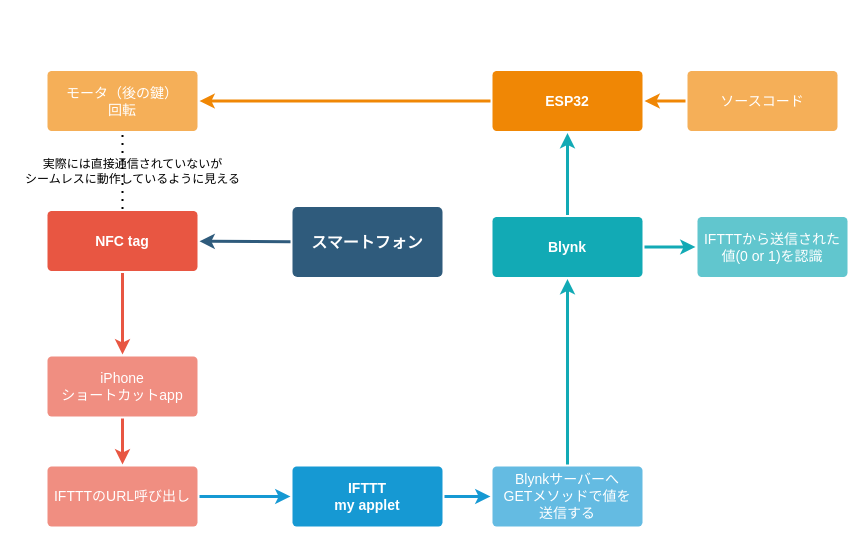
Above: Untitled Diagram.drawio in Koki-Kazaore/Take-It-Easy (draw.io), before the change. Source tidied: cells renumbered, new cells numbered last; positions are measured from the earlier drawing's top-left corner, leaving out a move shared by most shapes. Both pictures are drawn from the tidied source at 100%, with x=0, y=0 at pixel (17, 70).
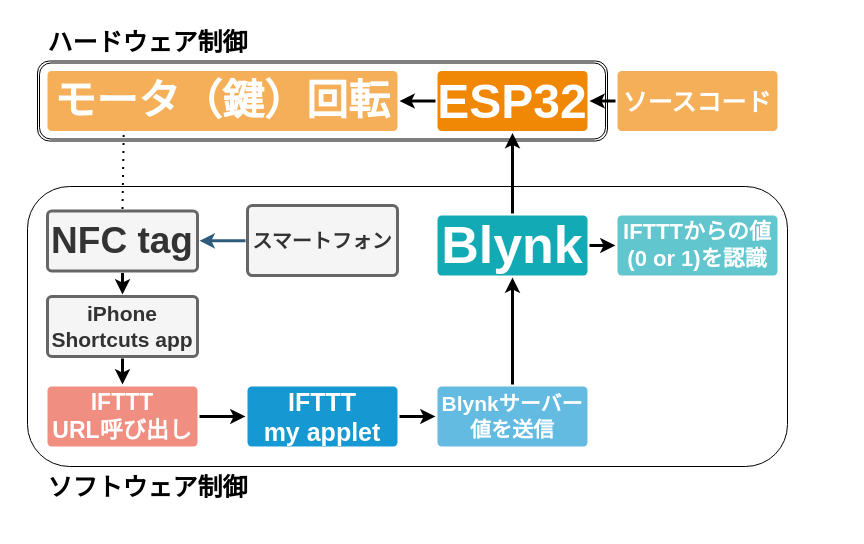
The same page after the edit.

The edit, as a diff of the source:
```diff
@@
+    <mxCell id="25" style="shape=ext;double=1;rounded=1;whiteSpace=wrap;html=1;fontSize=17;" parent="1" vertex="1">
+      <mxGeometry x="20" y="-9.5" width="570" height="80" as="geometry" />
+    </mxCell>
+    <mxCell id="26" style="rounded=1;whiteSpace=wrap;html=1;fontSize=17;" parent="1" vertex="1">
+      <mxGeometry x="10" y="116" width="760" height="280" as="geometry" />
+    </mxCell>
@@
-    <mxCell id="3" value="スマートフォン" style="rounded=1;whiteSpace=wrap;html=1;shadow=0;labelBackgroundColor=none;strokeColor=none;strokeWidth=3;fillColor=#2F5B7C;fontFamily=Helvetica;fontSize=16;fontColor=#FFFFFF;align=center;fontStyle=1;spacing=5;arcSize=7;perimeterSpacing=2;" parent="1" vertex="1">
-      <mxGeometry x="275" y="136.5" width="150" height="70" as="geometry" />
+    <mxCell id="3" value="&lt;font style=&quot;font-size: 20px;&quot;&gt;&lt;b&gt;スマートフォン&lt;/b&gt;&lt;/font&gt;" style="rounded=1;whiteSpace=wrap;html=1;shadow=0;labelBackgroundColor=none;strokeWidth=3;fontFamily=Helvetica;fontSize=16;align=center;fontStyle=1;spacing=5;arcSize=7;perimeterSpacing=2;fillColor=#f5f5f5;fontColor=#333333;strokeColor=#666666;" parent="1" vertex="1">
+      <mxGeometry x="230" y="135" width="150" height="70" as="geometry" />
     </mxCell>
-    <mxCell id="4" style="edgeStyle=none;rounded=1;jumpStyle=none;html=1;shadow=0;labelBackgroundColor=none;startArrow=none;startFill=0;jettySize=auto;strokeColor=#E85642;strokeWidth=3;fontFamily=Helvetica;fontSize=14;fontColor=#FFFFFF;spacing=5;fontStyle=1;fillColor=#b0e3e6;" parent="1" edge="1" source="6" target="8">
+    <mxCell id="4" style="edgeStyle=none;rounded=1;jumpStyle=none;html=1;shadow=0;labelBackgroundColor=none;startArrow=none;startFill=0;jettySize=auto;strokeWidth=3;fontFamily=Helvetica;fontSize=14;fontColor=#FFFFFF;spacing=5;fontStyle=1;" parent="1" edge="1" source="6" target="8">
       <mxGeometry relative="1" as="geometry" />
     </mxCell>
-    <mxCell id="5" style="edgeStyle=none;rounded=1;jumpStyle=none;html=1;shadow=0;labelBackgroundColor=none;startArrow=none;startFill=0;jettySize=auto;strokeColor=#E85642;strokeWidth=3;fontFamily=Helvetica;fontSize=14;fontColor=#FFFFFF;spacing=5;fontStyle=1;fillColor=#b0e3e6;exitX=0.5;exitY=1;exitDx=0;exitDy=0;" parent="1" edge="1" source="8" target="7">
+    <mxCell id="5" style="edgeStyle=none;rounded=1;jumpStyle=none;html=1;shadow=0;labelBackgroundColor=none;startArrow=none;startFill=0;jettySize=auto;strokeWidth=3;fontFamily=Helvetica;fontSize=14;fontColor=#FFFFFF;spacing=5;fontStyle=1;exitX=0.5;exitY=1;exitDx=0;exitDy=0;" parent="1" edge="1" source="8" target="7">
       <mxGeometry relative="1" as="geometry" />
     </mxCell>
-    <mxCell id="6" value="NFC tag" style="rounded=1;whiteSpace=wrap;html=1;shadow=0;labelBackgroundColor=none;strokeColor=none;strokeWidth=3;fillColor=#e85642;fontFamily=Helvetica;fontSize=14;fontColor=#FFFFFF;align=center;spacing=5;fontStyle=1;arcSize=7;perimeterSpacing=2;" parent="1" vertex="1">
+    <mxCell id="6" value="&lt;font style=&quot;font-size: 37px;&quot;&gt;NFC tag&lt;/font&gt;" style="rounded=1;whiteSpace=wrap;html=1;shadow=0;labelBackgroundColor=none;strokeWidth=3;fontFamily=Helvetica;fontSize=14;align=center;spacing=5;fontStyle=1;arcSize=7;perimeterSpacing=2;fillColor=#f5f5f5;fontColor=#333333;strokeColor=#666666;" parent="1" vertex="1">
       <mxGeometry x="30" y="140.5" width="150" height="60" as="geometry" />
     </mxCell>
-    <mxCell id="7" value="IFTTTのURL呼び出し" style="rounded=1;whiteSpace=wrap;html=1;shadow=0;labelBackgroundColor=none;strokeColor=none;strokeWidth=3;fillColor=#f08e81;fontFamily=Helvetica;fontSize=14;fontColor=#FFFFFF;align=center;spacing=5;fontStyle=0;arcSize=7;perimeterSpacing=2;" parent="1" vertex="1">
-      <mxGeometry x="30" y="396" width="150" height="60" as="geometry" />
+    <mxCell id="7" value="&lt;div style=&quot;font-size: 23px;&quot;&gt;&lt;font style=&quot;font-size: 23px;&quot;&gt;&lt;b&gt;IFTTT&lt;/b&gt;&lt;/font&gt;&lt;/div&gt;&lt;div style=&quot;font-size: 23px;&quot;&gt;&lt;font style=&quot;font-size: 23px;&quot;&gt;&lt;b&gt;URL呼び出し&lt;/b&gt;&lt;/font&gt;&lt;/div&gt;" style="rounded=1;whiteSpace=wrap;html=1;shadow=0;labelBackgroundColor=none;strokeColor=none;strokeWidth=3;fillColor=#f08e81;fontFamily=Helvetica;fontSize=14;fontColor=#FFFFFF;align=center;spacing=5;fontStyle=0;arcSize=7;perimeterSpacing=2;" parent="1" vertex="1">
+      <mxGeometry x="30" y="316" width="150" height="60" as="geometry" />
     </mxCell>
-    <mxCell id="8" value="iPhone &lt;br&gt;ショートカットapp" style="rounded=1;whiteSpace=wrap;html=1;shadow=0;labelBackgroundColor=none;strokeColor=none;strokeWidth=3;fillColor=#f08e81;fontFamily=Helvetica;fontSize=14;fontColor=#FFFFFF;align=center;spacing=5;fontStyle=0;arcSize=7;perimeterSpacing=2;" parent="1" vertex="1">
-      <mxGeometry x="30" y="286" width="150" height="60" as="geometry" />
+    <mxCell id="8" value="&lt;div style=&quot;font-size: 21px;&quot;&gt;&lt;font style=&quot;font-size: 21px;&quot;&gt;&lt;b&gt;&lt;font style=&quot;font-size: 21px;&quot;&gt;iPhone &lt;br&gt;&lt;/font&gt;&lt;/b&gt;&lt;/font&gt;&lt;/div&gt;&lt;div style=&quot;font-size: 21px;&quot;&gt;&lt;font style=&quot;font-size: 21px;&quot;&gt;&lt;b&gt;&lt;font style=&quot;font-size: 21px;&quot;&gt;Shortcuts app&lt;/font&gt;&lt;/b&gt;&lt;/font&gt;&lt;/div&gt;" style="rounded=1;whiteSpace=wrap;html=1;shadow=0;labelBackgroundColor=none;strokeWidth=3;fontFamily=Helvetica;fontSize=14;align=center;spacing=5;fontStyle=0;arcSize=7;perimeterSpacing=2;fillColor=#f5f5f5;fontColor=#333333;strokeColor=#666666;" parent="1" vertex="1">
+      <mxGeometry x="30" y="226" width="150" height="60" as="geometry" />
     </mxCell>
-    <mxCell id="9" style="edgeStyle=none;rounded=0;jumpStyle=none;html=1;shadow=0;labelBackgroundColor=none;startArrow=none;startFill=0;endArrow=classic;endFill=1;jettySize=auto;strokeColor=#1699D3;strokeWidth=3;fontFamily=Helvetica;fontSize=14;fontColor=#FFFFFF;spacing=5;exitX=1;exitY=0.5;exitDx=0;exitDy=0;" parent="1" edge="1" source="7" target="11">
+    <mxCell id="9" style="edgeStyle=none;rounded=0;jumpStyle=none;html=1;shadow=0;labelBackgroundColor=none;startArrow=none;startFill=0;endArrow=classic;endFill=1;jettySize=auto;strokeWidth=3;fontFamily=Helvetica;fontSize=14;fontColor=#FFFFFF;spacing=5;exitX=1;exitY=0.5;exitDx=0;exitDy=0;" parent="1" edge="1" source="7" target="11">
       <mxGeometry relative="1" as="geometry" />
     </mxCell>
-    <mxCell id="10" style="edgeStyle=none;rounded=0;jumpStyle=none;html=1;shadow=0;labelBackgroundColor=none;startArrow=none;startFill=0;endArrow=classic;endFill=1;jettySize=auto;strokeColor=#1699D3;strokeWidth=3;fontFamily=Helvetica;fontSize=14;fontColor=#FFFFFF;spacing=5;" parent="1" edge="1" source="11" target="12">
+    <mxCell id="10" style="edgeStyle=none;rounded=0;jumpStyle=none;html=1;shadow=0;labelBackgroundColor=none;startArrow=none;startFill=0;endArrow=classic;endFill=1;jettySize=auto;strokeWidth=3;fontFamily=Helvetica;fontSize=14;fontColor=#FFFFFF;spacing=5;" parent="1" edge="1" source="11" target="12">
       <mxGeometry relative="1" as="geometry" />
     </mxCell>
-    <mxCell id="11" value="IFTTT&lt;br&gt;my applet" style="rounded=1;whiteSpace=wrap;html=1;shadow=0;labelBackgroundColor=none;strokeColor=none;strokeWidth=3;fillColor=#1699d3;fontFamily=Helvetica;fontSize=14;fontColor=#FFFFFF;align=center;spacing=5;fontStyle=1;arcSize=7;perimeterSpacing=2;" parent="1" vertex="1">
-      <mxGeometry x="275" y="396" width="150" height="60" as="geometry" />
+    <mxCell id="11" value="&lt;font style=&quot;font-size: 25px;&quot;&gt;IFTTT&lt;br&gt;my applet&lt;/font&gt;" style="rounded=1;whiteSpace=wrap;html=1;shadow=0;labelBackgroundColor=none;strokeColor=none;strokeWidth=3;fillColor=#1699d3;fontFamily=Helvetica;fontSize=14;fontColor=#FFFFFF;align=center;spacing=5;fontStyle=1;arcSize=7;perimeterSpacing=2;" parent="1" vertex="1">
+      <mxGeometry x="230" y="316" width="150" height="60" as="geometry" />
     </mxCell>
-    <mxCell id="12" value="Blynkサーバーへ&lt;br&gt;GETメソッドで値を&lt;br&gt;送信する" style="rounded=1;whiteSpace=wrap;html=1;shadow=0;labelBackgroundColor=none;strokeColor=none;strokeWidth=3;fillColor=#64bbe2;fontFamily=Helvetica;fontSize=14;fontColor=#FFFFFF;align=center;spacing=5;arcSize=7;perimeterSpacing=2;" parent="1" vertex="1">
-      <mxGeometry x="475" y="396" width="150" height="60" as="geometry" />
+    <mxCell id="12" value="&lt;b style=&quot;font-size: 21px;&quot;&gt;Blynkサーバー&lt;br&gt;値を送信&lt;/b&gt;" style="rounded=1;whiteSpace=wrap;html=1;shadow=0;labelBackgroundColor=none;strokeColor=none;strokeWidth=3;fillColor=#64bbe2;fontFamily=Helvetica;fontSize=14;fontColor=#FFFFFF;align=center;spacing=5;arcSize=7;perimeterSpacing=2;" parent="1" vertex="1">
+      <mxGeometry x="420" y="316" width="150" height="60" as="geometry" />
     </mxCell>
-    <mxCell id="13" value="ESP32" style="rounded=1;whiteSpace=wrap;html=1;shadow=0;labelBackgroundColor=none;strokeColor=none;strokeWidth=3;fillColor=#F08705;fontFamily=Helvetica;fontSize=14;fontColor=#FFFFFF;align=center;spacing=5;fontStyle=1;arcSize=7;perimeterSpacing=2;" parent="1" vertex="1">
-      <mxGeometry x="475" y="0.5" width="150" height="60" as="geometry" />
+    <mxCell id="13" value="&lt;font style=&quot;font-size: 48px;&quot;&gt;&lt;b&gt;&lt;font style=&quot;font-size: 48px;&quot;&gt;ESP32&lt;/font&gt;&lt;/b&gt;&lt;/font&gt;" style="rounded=1;whiteSpace=wrap;html=1;shadow=0;labelBackgroundColor=none;strokeColor=none;strokeWidth=3;fillColor=#F08705;fontFamily=Helvetica;fontSize=14;fontColor=#FFFFFF;align=center;spacing=5;fontStyle=1;arcSize=7;perimeterSpacing=2;" parent="1" vertex="1">
+      <mxGeometry x="420" y="0.5" width="150" height="60" as="geometry" />
     </mxCell>
-    <mxCell id="14" value="ソースコード" style="rounded=1;whiteSpace=wrap;html=1;shadow=0;labelBackgroundColor=none;strokeColor=none;strokeWidth=3;fillColor=#f5af58;fontFamily=Helvetica;fontSize=14;fontColor=#FFFFFF;align=center;spacing=5;arcSize=7;perimeterSpacing=2;" parent="1" vertex="1">
-      <mxGeometry x="670" y="0.5" width="150" height="60" as="geometry" />
+    <mxCell id="14" value="&lt;font style=&quot;font-size: 25px;&quot;&gt;&lt;b&gt;&lt;font style=&quot;font-size: 25px;&quot;&gt;ソースコード&lt;/font&gt;&lt;/b&gt;&lt;/font&gt;" style="rounded=1;whiteSpace=wrap;html=1;shadow=0;labelBackgroundColor=none;strokeColor=none;strokeWidth=3;fillColor=#f5af58;fontFamily=Helvetica;fontSize=14;fontColor=#FFFFFF;align=center;spacing=5;arcSize=7;perimeterSpacing=2;" parent="1" vertex="1">
+      <mxGeometry x="600" y="0.5" width="160" height="60" as="geometry" />
     </mxCell>
-    <mxCell id="15" style="edgeStyle=none;rounded=0;jumpStyle=none;html=1;shadow=0;labelBackgroundColor=none;startArrow=none;startFill=0;endArrow=classic;endFill=1;jettySize=auto;strokeColor=#F08705;strokeWidth=3;fontFamily=Helvetica;fontSize=14;fontColor=#FFFFFF;spacing=5;exitX=0;exitY=0.5;exitDx=0;exitDy=0;entryX=1;entryY=0.5;entryDx=0;entryDy=0;" parent="1" edge="1" source="14" target="13">
+    <mxCell id="15" style="edgeStyle=none;rounded=0;jumpStyle=none;html=1;shadow=0;labelBackgroundColor=none;startArrow=none;startFill=0;endArrow=classic;endFill=1;jettySize=auto;strokeWidth=3;fontFamily=Helvetica;fontSize=14;fontColor=#FFFFFF;spacing=5;exitX=0;exitY=0.5;exitDx=0;exitDy=0;entryX=1;entryY=0.5;entryDx=0;entryDy=0;" parent="1" edge="1" source="14" target="13">
       <mxGeometry relative="1" as="geometry" />
     </mxCell>
-    <mxCell id="16" value="モータ（後の鍵）&lt;br&gt;回転" style="rounded=1;whiteSpace=wrap;html=1;shadow=0;labelBackgroundColor=none;strokeColor=none;strokeWidth=3;fillColor=#f5af58;fontFamily=Helvetica;fontSize=14;fontColor=#FFFFFF;align=center;spacing=5;arcSize=7;perimeterSpacing=2;" parent="1" vertex="1">
-      <mxGeometry x="30" y="0.5" width="150" height="60" as="geometry" />
+    <mxCell id="16" value="&lt;font style=&quot;font-size: 42px;&quot;&gt;&lt;b&gt;&lt;font style=&quot;font-size: 42px;&quot;&gt;モータ（鍵）回転&lt;/font&gt;&lt;/b&gt;&lt;/font&gt;" style="rounded=1;whiteSpace=wrap;html=1;shadow=0;labelBackgroundColor=none;strokeColor=none;strokeWidth=3;fillColor=#f5af58;fontFamily=Helvetica;fontSize=14;fontColor=#FFFFFF;align=center;spacing=5;arcSize=7;perimeterSpacing=2;" parent="1" vertex="1">
+      <mxGeometry x="30" y="0.5" width="350" height="60" as="geometry" />
     </mxCell>
-    <mxCell id="17" style="edgeStyle=none;rounded=0;jumpStyle=none;html=1;shadow=0;labelBackgroundColor=none;startArrow=none;startFill=0;endArrow=classic;endFill=1;jettySize=auto;strokeColor=#F08705;strokeWidth=3;fontFamily=Helvetica;fontSize=14;fontColor=#FFFFFF;spacing=5;" parent="1" edge="1" source="13" target="16">
+    <mxCell id="17" style="edgeStyle=none;rounded=0;jumpStyle=none;html=1;shadow=0;labelBackgroundColor=none;startArrow=none;startFill=0;endArrow=classic;endFill=1;jettySize=auto;strokeWidth=3;fontFamily=Helvetica;fontSize=14;fontColor=#FFFFFF;spacing=5;" parent="1" edge="1" source="13" target="16">
       <mxGeometry relative="1" as="geometry" />
     </mxCell>
-    <mxCell id="18" value="Blynk" style="rounded=1;whiteSpace=wrap;html=1;shadow=0;labelBackgroundColor=none;strokeColor=none;strokeWidth=3;fillColor=#12aab5;fontFamily=Helvetica;fontSize=14;fontColor=#FFFFFF;align=center;spacing=5;fontStyle=1;arcSize=7;perimeterSpacing=2;" parent="1" vertex="1">
-      <mxGeometry x="475" y="146.5" width="150" height="60" as="geometry" />
+    <mxCell id="18" value="&lt;font style=&quot;font-size: 52px;&quot;&gt;Blynk&lt;/font&gt;" style="rounded=1;whiteSpace=wrap;html=1;shadow=0;labelBackgroundColor=none;strokeColor=none;strokeWidth=3;fillColor=#12aab5;fontFamily=Helvetica;fontSize=14;fontColor=#FFFFFF;align=center;spacing=5;fontStyle=1;arcSize=7;perimeterSpacing=2;" parent="1" vertex="1">
+      <mxGeometry x="420" y="145" width="150" height="60" as="geometry" />
     </mxCell>
-    <mxCell id="19" style="edgeStyle=none;rounded=1;jumpStyle=none;html=1;shadow=0;labelBackgroundColor=none;startArrow=none;startFill=0;jettySize=auto;strokeColor=#12AAB5;strokeWidth=3;fontFamily=Helvetica;fontSize=14;fontColor=#FFFFFF;spacing=5;fontStyle=1;fillColor=#b0e3e6;exitX=0.5;exitY=0;exitDx=0;exitDy=0;entryX=0.5;entryY=1;entryDx=0;entryDy=0;" parent="1" edge="1" source="12" target="18">
+    <mxCell id="19" style="edgeStyle=none;rounded=1;jumpStyle=none;html=1;shadow=0;labelBackgroundColor=none;startArrow=none;startFill=0;jettySize=auto;strokeWidth=3;fontFamily=Helvetica;fontSize=14;fontColor=#FFFFFF;spacing=5;fontStyle=1;exitX=0.5;exitY=0;exitDx=0;exitDy=0;entryX=0.5;entryY=1;entryDx=0;entryDy=0;" parent="1" edge="1" source="12" target="18">
       <mxGeometry relative="1" as="geometry" />
     </mxCell>
-    <mxCell id="20" value="IFTTTから送信された値(0 or 1)を認識" style="rounded=1;whiteSpace=wrap;html=1;shadow=0;labelBackgroundColor=none;strokeColor=none;strokeWidth=3;fillColor=#61c6ce;fontFamily=Helvetica;fontSize=14;fontColor=#FFFFFF;align=center;spacing=5;fontStyle=0;arcSize=7;perimeterSpacing=2;" parent="1" vertex="1">
-      <mxGeometry x="680" y="146.5" width="150" height="60" as="geometry" />
+    <mxCell id="20" value="&lt;div style=&quot;font-size: 22px;&quot;&gt;&lt;font style=&quot;font-size: 22px;&quot;&gt;&lt;b&gt;IFTTTからの値&lt;/b&gt;&lt;/font&gt;&lt;/div&gt;&lt;div style=&quot;font-size: 22px;&quot;&gt;&lt;font style=&quot;font-size: 22px;&quot;&gt;&lt;b&gt;(0 or 1)を認識&lt;/b&gt;&lt;/font&gt;&lt;/div&gt;" style="rounded=1;whiteSpace=wrap;html=1;shadow=0;labelBackgroundColor=none;strokeColor=none;strokeWidth=3;fillColor=#61c6ce;fontFamily=Helvetica;fontSize=14;fontColor=#FFFFFF;align=center;spacing=5;fontStyle=0;arcSize=7;perimeterSpacing=2;" parent="1" vertex="1">
+      <mxGeometry x="600" y="145" width="160" height="60" as="geometry" />
     </mxCell>
-    <mxCell id="21" style="edgeStyle=none;rounded=1;jumpStyle=none;html=1;shadow=0;labelBackgroundColor=none;startArrow=none;startFill=0;jettySize=auto;strokeColor=#12AAB5;strokeWidth=3;fontFamily=Helvetica;fontSize=14;fontColor=#FFFFFF;spacing=5;fontStyle=1;fillColor=#b0e3e6;" parent="1" edge="1" source="18" target="20">
+    <mxCell id="21" style="edgeStyle=none;rounded=1;jumpStyle=none;html=1;shadow=0;labelBackgroundColor=none;startArrow=none;startFill=0;jettySize=auto;strokeWidth=3;fontFamily=Helvetica;fontSize=14;fontColor=#FFFFFF;spacing=5;fontStyle=1;" parent="1" edge="1" source="18" target="20">
       <mxGeometry relative="1" as="geometry" />
     </mxCell>
-    <mxCell id="22" style="edgeStyle=none;rounded=1;jumpStyle=none;html=1;shadow=0;labelBackgroundColor=none;startArrow=none;startFill=0;jettySize=auto;strokeColor=#12AAB5;strokeWidth=3;fontFamily=Helvetica;fontSize=14;fontColor=#FFFFFF;spacing=5;fontStyle=1;fillColor=#b0e3e6;entryX=0.5;entryY=1;entryDx=0;entryDy=0;" parent="1" edge="1" source="18" target="13">
+    <mxCell id="22" style="edgeStyle=none;rounded=1;jumpStyle=none;html=1;shadow=0;labelBackgroundColor=none;startArrow=none;startFill=0;jettySize=auto;strokeWidth=3;fontFamily=Helvetica;fontSize=14;fontColor=#FFFFFF;spacing=5;fontStyle=1;entryX=0.5;entryY=1;entryDx=0;entryDy=0;" parent="1" edge="1" source="18" target="13">
       <mxGeometry relative="1" as="geometry" />
     </mxCell>
-    <mxCell id="23" style="endArrow=none;dashed=1;html=1;dashPattern=1 3;strokeWidth=2;rounded=0;entryX=0.5;entryY=1;entryDx=0;entryDy=0;exitX=0.5;exitY=0;exitDx=0;exitDy=0;" parent="1" edge="1" source="6" target="16">
+    <mxCell id="23" style="endArrow=none;dashed=1;html=1;dashPattern=1 3;strokeWidth=2;rounded=0;exitX=0.5;exitY=0;exitDx=0;exitDy=0;entryX=0.221;entryY=0.983;entryDx=0;entryDy=0;entryPerimeter=0;" parent="1" edge="1" source="6" target="16">
       <mxGeometry relative="1" as="geometry" />
     </mxCell>
-    <mxCell id="24" value="実際には直接通信されていないが&lt;br&gt;シームレスに動作しているように見える" style="text;html=1;align=center;verticalAlign=middle;strokeColor=none;fillColor=none;" parent="1" vertex="1">
-      <mxGeometry y="86" width="230" height="30" as="geometry" />
-    </mxCell>
+    <mxCell id="27" value="&lt;font style=&quot;font-size: 25px;&quot;&gt;&lt;b&gt;ソフトウェア制御&lt;/b&gt;&lt;/font&gt;" style="text;html=1;align=center;verticalAlign=middle;fillColor=none;strokeColor=none;rounded=0;shadow=1;fontSize=17;" parent="1" vertex="1">
+      <mxGeometry x="20" y="396" width="220" height="40" as="geometry" />
+    </mxCell>
+    <mxCell id="28" value="&lt;b&gt;ハードウェア制御&lt;/b&gt;" style="text;html=1;align=center;verticalAlign=middle;fillColor=none;strokeColor=none;rounded=0;shadow=1;fontSize=25;" parent="1" vertex="1">
+      <mxGeometry x="20" y="-49.5" width="220" height="40" as="geometry" />
+    </mxCell>
```
